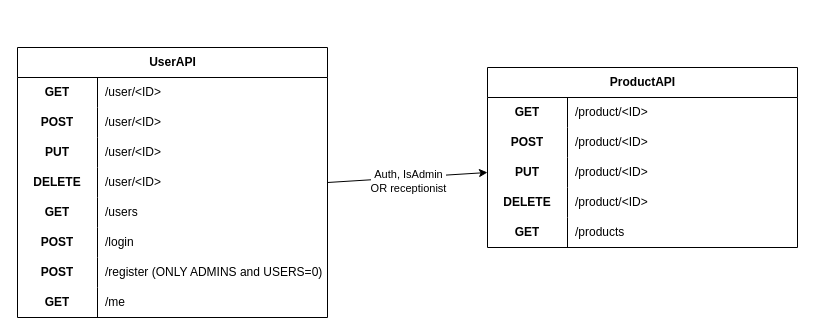
Before: page "Estructura API" (2 of 2) of backend/Diagrama Proyecto StockMind.drawio in Gr4ykt/StockMind, a draw.io diagram. Source tidied: cells renumbered, new cells numbered last; positions are measured from the earlier drawing's top-left corner, leaving out a move shared by most shapes. Both pictures are drawn from the tidied source at 100%, with x=0, y=0 at pixel (17, 47).
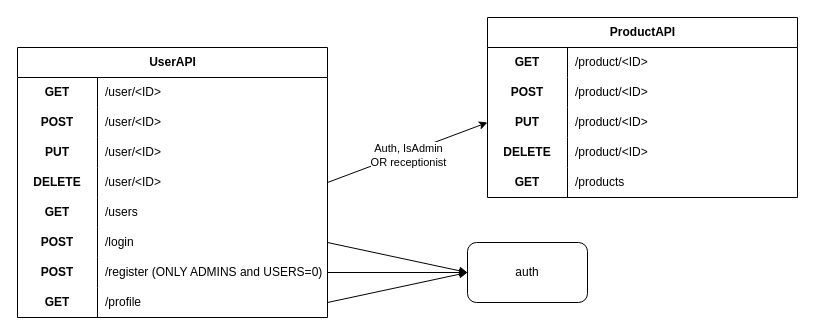
The same diagram, later.

The change refers to these unchanged cells:
```xml
<mxCell id="36" style="shape=tableRow;horizontal=0;startSize=0;swimlaneHead=0;swimlaneBody=0;fillColor=none;points=[[0,0.5],[1,0.5]];portConstraint=eastwest;top=0;left=0;right=0;bottom=0;" parent="20" vertex="1">
  <mxGeometry y="180" width="310" height="30" as="geometry" />
</mxCell>
<mxCell id="39" style="shape=tableRow;horizontal=0;startSize=0;swimlaneHead=0;swimlaneBody=0;fillColor=none;points=[[0,0.5],[1,0.5]];portConstraint=eastwest;top=0;left=0;right=0;bottom=0;" parent="20" vertex="1">
  <mxGeometry y="210" width="310" height="30" as="geometry" />
</mxCell>
<mxCell id="42" style="shape=tableRow;horizontal=0;startSize=0;swimlaneHead=0;swimlaneBody=0;fillColor=none;points=[[0,0.5],[1,0.5]];portConstraint=eastwest;top=0;left=0;right=0;bottom=0;" parent="20" vertex="1">
  <mxGeometry y="240" width="310" height="30" as="geometry" />
</mxCell>
```

Diff of the diagram source:
```diff
@@
     <mxCell id="2" value="ProductAPI" style="shape=table;startSize=30;childLayout=tableLayout;rowLines=0;fontStyle=1;align=center;html=1;" parent="1" vertex="1">
-      <mxGeometry x="470" y="20" width="310" height="180" as="geometry" />
+      <mxGeometry x="470" y="-30" width="310" height="180" as="geometry" />
     </mxCell>
@@
     <mxCell id="18" value="GET" style="shape=partialRectangle;fillColor=none;top=0;left=0;bottom=0;right=0;fontStyle=1;overflow=hidden;whiteSpace=wrap;html=1;" parent="1" vertex="1">
-      <mxGeometry x="470" y="50" width="80" height="30" as="geometry" />
+      <mxGeometry x="470" width="80" height="30" as="geometry" />
     </mxCell>
     <mxCell id="19" value="GET" style="shape=partialRectangle;fillColor=none;top=0;left=0;bottom=0;right=0;fontStyle=1;overflow=hidden;whiteSpace=wrap;html=1;" parent="1" vertex="1">
-      <mxGeometry x="470" y="170" width="80" height="30" as="geometry" />
+      <mxGeometry x="470" y="120" width="80" height="30" as="geometry" />
     </mxCell>
@@
-    <mxCell id="44" value="/me" style="shape=partialRectangle;fillColor=none;top=0;left=0;bottom=0;right=0;align=left;spacingLeft=6;overflow=hidden;whiteSpace=wrap;html=1;" parent="42" vertex="1">
-      <mxGeometry x="80" width="230" height="30" as="geometry" />
-    </mxCell>
+    <mxCell id="58" value="/profile" style="shape=partialRectangle;fillColor=none;top=0;left=0;bottom=0;right=0;align=left;spacingLeft=6;overflow=hidden;whiteSpace=wrap;html=1;" parent="42" vertex="1">
+      <mxGeometry x="80" width="230" height="30" as="geometry" />
+    </mxCell>
@@
     <mxCell id="51" value="POST" style="shape=partialRectangle;fillColor=none;top=0;left=0;bottom=0;right=0;fontStyle=1;overflow=hidden;whiteSpace=wrap;html=1;" parent="1" vertex="1">
-      <mxGeometry x="470" y="80" width="80" height="30" as="geometry" />
+      <mxGeometry x="470" y="30" width="80" height="30" as="geometry" />
     </mxCell>
     <mxCell id="52" value="PUT" style="shape=partialRectangle;fillColor=none;top=0;left=0;bottom=0;right=0;fontStyle=1;overflow=hidden;whiteSpace=wrap;html=1;" parent="1" vertex="1">
-      <mxGeometry x="470" y="110" width="80" height="30" as="geometry" />
+      <mxGeometry x="470" y="60" width="80" height="30" as="geometry" />
     </mxCell>
     <mxCell id="53" value="DELETE" style="shape=partialRectangle;fillColor=none;top=0;left=0;bottom=0;right=0;fontStyle=1;overflow=hidden;whiteSpace=wrap;html=1;" parent="1" vertex="1">
-      <mxGeometry x="470" y="140" width="80" height="30" as="geometry" />
+      <mxGeometry x="470" y="90" width="80" height="30" as="geometry" />
     </mxCell>
@@
+    <mxCell id="59" value="auth" style="rounded=1;whiteSpace=wrap;html=1;" parent="1" vertex="1">
+      <mxGeometry x="450" y="195" width="120" height="60" as="geometry" />
+    </mxCell>
+    <mxCell id="60" style="edgeStyle=none;html=1;exitX=1;exitY=0.5;exitDx=0;exitDy=0;entryX=0;entryY=0.5;entryDx=0;entryDy=0;" parent="1" edge="1" source="36" target="59">
+      <mxGeometry relative="1" as="geometry" />
+    </mxCell>
+    <mxCell id="61" style="edgeStyle=none;html=1;exitX=1;exitY=0.5;exitDx=0;exitDy=0;entryX=0;entryY=0.5;entryDx=0;entryDy=0;" parent="1" edge="1" source="39" target="59">
+      <mxGeometry relative="1" as="geometry" />
+    </mxCell>
+    <mxCell id="62" style="edgeStyle=none;html=1;exitX=1;exitY=0.5;exitDx=0;exitDy=0;entryX=0;entryY=0.5;entryDx=0;entryDy=0;" parent="1" edge="1" source="42" target="59">
+      <mxGeometry relative="1" as="geometry" />
+    </mxCell>
```
